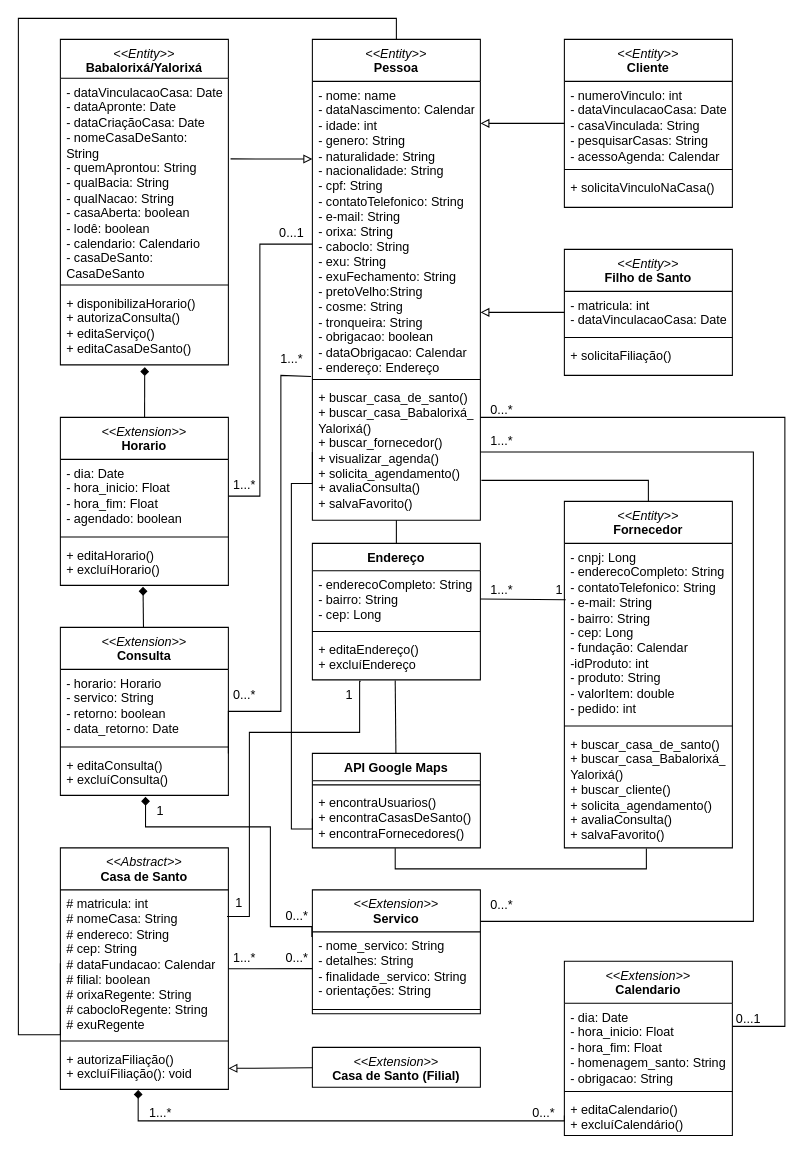
AlexCarvalhovisk/sarava keeps this draw.io diagram as Diagrama sem nome.drawio. Above is the earlier version. Source tidied: cells renumbered, new cells numbered last; positions are measured from the earlier drawing's top-left corner, leaving out a move shared by most shapes. Both pictures are drawn from the tidied source at 105%, with x=0, y=0 at pixel (18, 18).
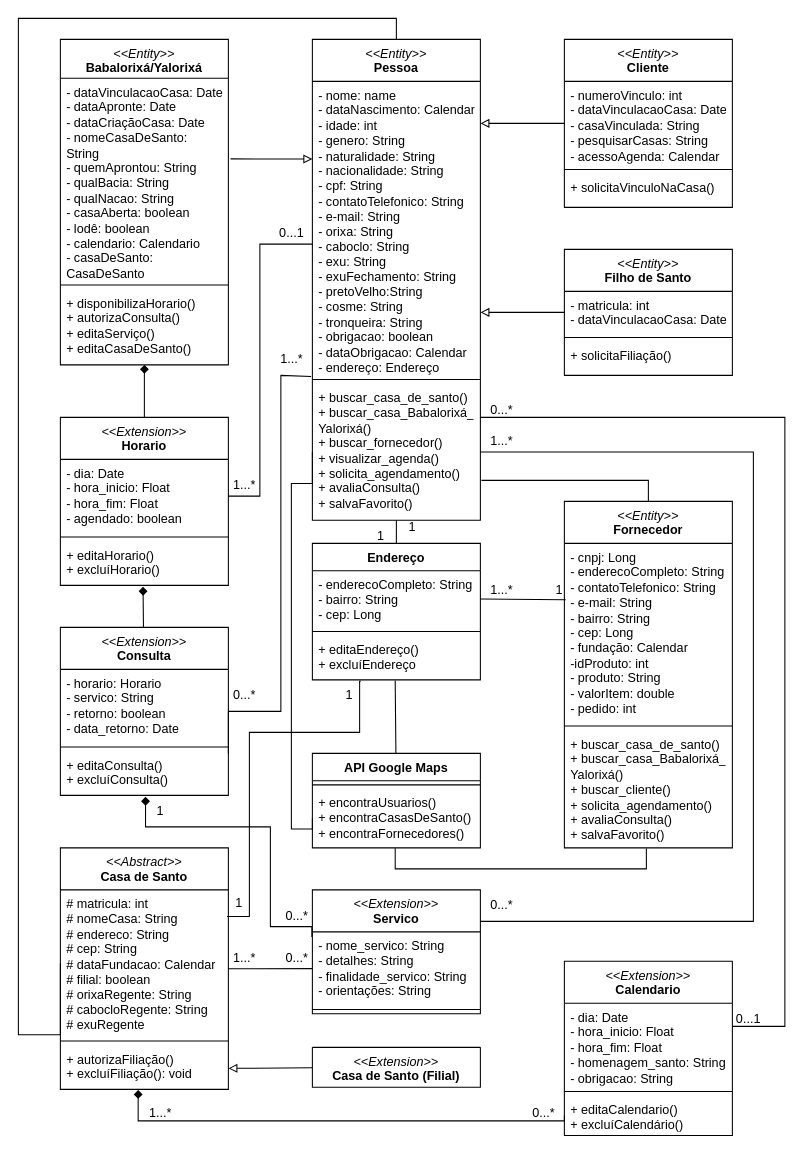
After the change.

The change refers to these unchanged cells:
```xml
<mxCell id="24" value="+ disponibilizaHorario()&lt;br&gt;+ autorizaConsulta()&lt;br&gt;+ editaServiço()&lt;br&gt;+ editaCasaDeSanto()" style="text;strokeColor=none;fillColor=none;align=left;verticalAlign=top;spacingLeft=4;spacingRight=4;overflow=hidden;points=[[0,0.5],[1,0.5]];portConstraint=eastwest;whiteSpace=wrap;html=1;" parent="21" vertex="1">
  <mxGeometry y="238" width="160" height="72" as="geometry" />
</mxCell>
<mxCell id="33" value="&lt;i style=&quot;font-weight: 400;&quot;&gt;&amp;lt;&amp;lt;Extension&amp;gt;&amp;gt;&lt;/i&gt;&lt;br&gt;Horario" style="swimlane;fontStyle=1;align=center;verticalAlign=top;horizontal=1;startSize=40;whiteSpace=wrap;html=1;" parent="1" vertex="1">
  <mxGeometry x="40" y="380" width="160" height="160" as="geometry" />
</mxCell>
```

What changed in the source:
```diff
@@
-    <mxCell id="32" style="rounded=0;jettySize=auto;html=1;endArrow=diamond;endFill=1;entryX=0.502;entryY=1.031;entryDx=0;entryDy=0;entryPerimeter=0;" parent="1" edge="1" source="33" target="24">
-      <mxGeometry relative="1" as="geometry" />
+    <mxCell id="32" style="rounded=0;jettySize=auto;html=1;endArrow=diamond;endFill=1;" parent="1" edge="1" source="33">
+      <mxGeometry relative="1" as="geometry">
+        <mxPoint x="120" y="330" as="targetPoint" />
+      </mxGeometry>
     </mxCell>
@@
+    <mxCell id="88" value="1" style="text;html=1;align=center;verticalAlign=middle;strokeColor=none;fillColor=none;" parent="1" vertex="1">
+      <mxGeometry x="330" y="478" width="30" height="30" as="geometry" />
+    </mxCell>
+    <mxCell id="89" value="1" style="text;html=1;align=center;verticalAlign=middle;strokeColor=none;fillColor=none;" parent="1" vertex="1">
+      <mxGeometry x="360" y="470" width="30" height="30" as="geometry" />
+    </mxCell>
```
